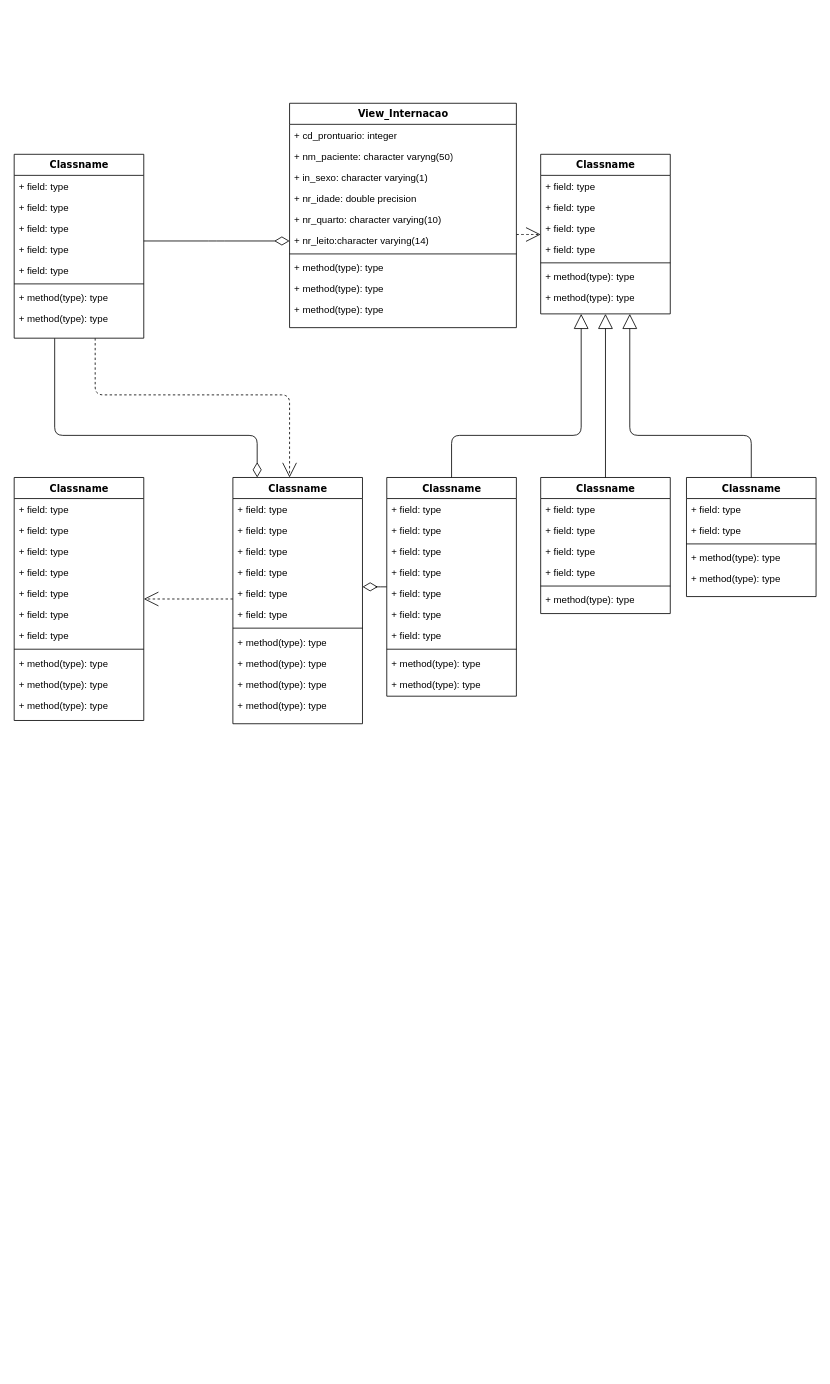
This is Untitled Diagram.drawio from henriqlustosa/Base_Sistema_Isolamento, a draw.io file, before an edit. Source tidied: cells renumbered, new cells numbered last; positions are measured from the earlier drawing's top-left corner, leaving out a move shared by most shapes. Both pictures are drawn from the tidied source at 81%, with x=0, y=0 at pixel (14, 103).
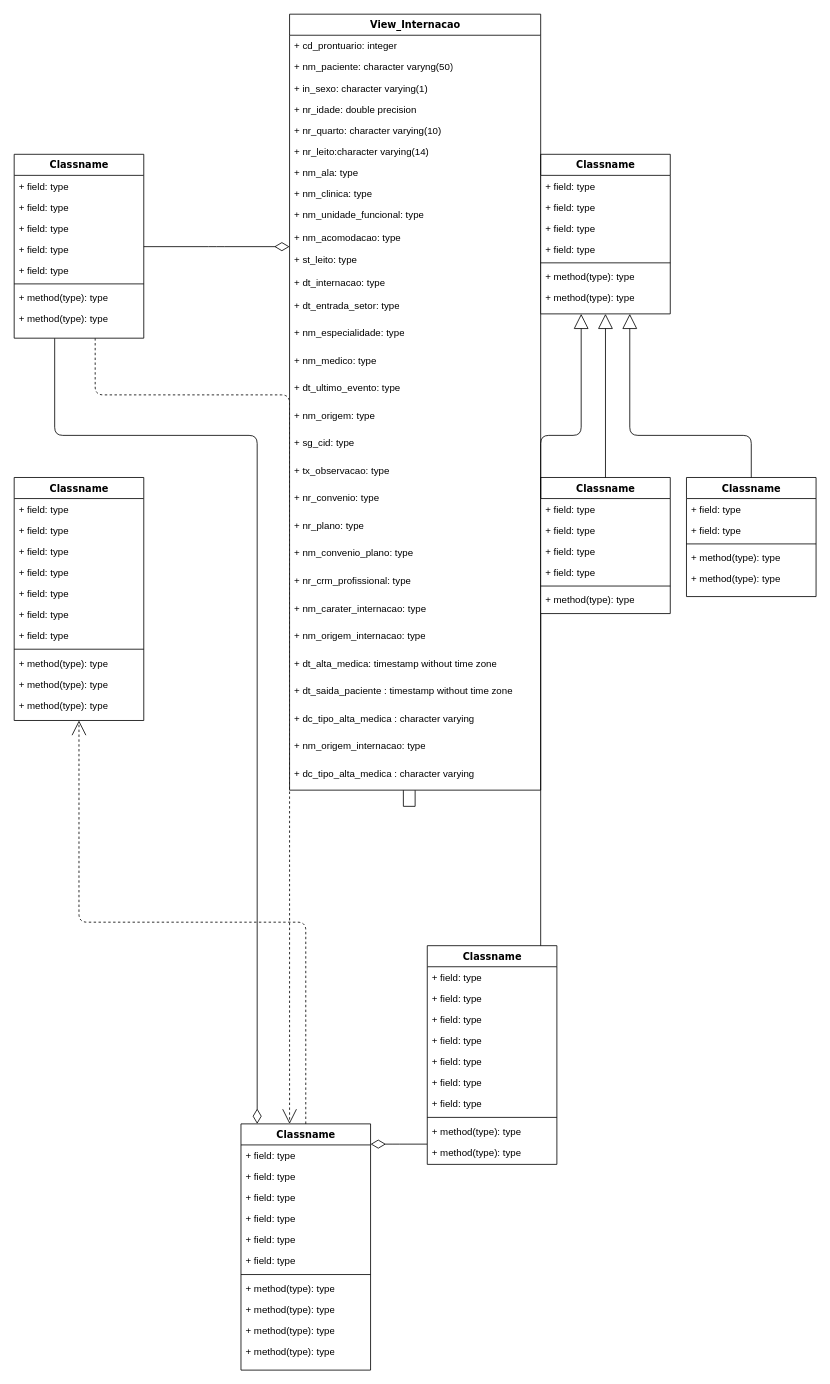
After the change.

The change refers to these unchanged cells:
```xml
<mxCell id="25" value="Classname" style="swimlane;html=1;fontStyle=1;align=center;verticalAlign=top;horizontal=1;startSize=26;swimlaneFillColor=#ffffff;rounded=0;shadow=0;comic=0;labelBackgroundColor=none;strokeWidth=1;fillColor=none;fontFamily=Verdana;fontSize=12;" parent="1" vertex="1">
  <mxGeometry x="650" y="63" width="160" height="197" as="geometry" />
</mxCell>
```

What changed in the source:
```diff
@@
+    <mxCell id="87" style="edgeStyle=orthogonalEdgeStyle;rounded=0;jettySize=auto;html=1;exitX=0.5;exitY=1;exitDx=0;exitDy=0;" parent="1" edge="1" source="14">
+      <mxGeometry relative="1" as="geometry">
+        <mxPoint x="480" y="440" as="targetPoint" />
+      </mxGeometry>
+    </mxCell>
     <mxCell id="14" value="View_Internacao" style="swimlane;html=1;fontStyle=1;align=center;verticalAlign=top;horizontal=1;startSize=26;swimlaneFillColor=#ffffff;rounded=0;shadow=0;comic=0;labelBackgroundColor=none;strokeWidth=1;fillColor=none;fontFamily=Verdana;fontSize=12;" parent="1" vertex="1">
-      <mxGeometry x="340" width="280" height="277" as="geometry" />
+      <mxGeometry x="340" y="-110" width="310" height="958" as="geometry" />
     </mxCell>
     <mxCell id="15" value="+ cd_prontuario: integer" style="text;html=1;strokeColor=none;fillColor=none;align=left;verticalAlign=top;spacingLeft=4;spacingRight=4;whiteSpace=wrap;overflow=hidden;" parent="14" vertex="1">
-      <mxGeometry y="26" width="280" height="26" as="geometry" />
+      <mxGeometry y="26" width="310" height="26" as="geometry" />
     </mxCell>
     <mxCell id="16" value="+ nm_paciente: character varyng(50)" style="text;html=1;strokeColor=none;fillColor=none;align=left;verticalAlign=top;spacingLeft=4;spacingRight=4;whiteSpace=wrap;overflow=hidden;" parent="14" vertex="1">
-      <mxGeometry y="52" width="280" height="26" as="geometry" />
+      <mxGeometry y="52" width="310" height="26" as="geometry" />
     </mxCell>
     <mxCell id="17" value="+ in_sexo: character varying(1)" style="text;html=1;strokeColor=none;fillColor=none;align=left;verticalAlign=top;spacingLeft=4;spacingRight=4;whiteSpace=wrap;overflow=hidden;" parent="14" vertex="1">
-      <mxGeometry y="78" width="280" height="26" as="geometry" />
+      <mxGeometry y="78" width="310" height="26" as="geometry" />
     </mxCell>
     <mxCell id="18" value="+ nr_idade: double precision" style="text;html=1;strokeColor=none;fillColor=none;align=left;verticalAlign=top;spacingLeft=4;spacingRight=4;whiteSpace=wrap;overflow=hidden;" parent="14" vertex="1">
-      <mxGeometry y="104" width="280" height="26" as="geometry" />
+      <mxGeometry y="104" width="310" height="26" as="geometry" />
     </mxCell>
     <mxCell id="19" value="&lt;div&gt;+ nr_quarto: character varying(10)&lt;br&gt;&lt;/div&gt;" style="text;html=1;strokeColor=none;fillColor=none;align=left;verticalAlign=top;spacingLeft=4;spacingRight=4;whiteSpace=wrap;overflow=hidden;" parent="14" vertex="1">
-      <mxGeometry y="130" width="280" height="26" as="geometry" />
+      <mxGeometry y="130" width="310" height="26" as="geometry" />
     </mxCell>
     <mxCell id="20" value="+ nr_leito:character varying(14)" style="text;html=1;strokeColor=none;fillColor=none;align=left;verticalAlign=top;spacingLeft=4;spacingRight=4;whiteSpace=wrap;overflow=hidden;" parent="14" vertex="1">
-      <mxGeometry y="156" width="280" height="26" as="geometry" />
+      <mxGeometry y="156" width="310" height="26" as="geometry" />
     </mxCell>
-    <mxCell id="21" style="line;html=1;strokeWidth=1;fillColor=none;align=left;verticalAlign=middle;spacingTop=-1;spacingLeft=3;spacingRight=3;labelPosition=right;" parent="14" vertex="1">
-      <mxGeometry y="182" width="280" height="8" as="geometry" />
-    </mxCell>
-    <mxCell id="22" value="+ method(type): type" style="text;html=1;strokeColor=none;fillColor=none;align=left;verticalAlign=top;spacingLeft=4;spacingRight=4;whiteSpace=wrap;overflow=hidden;" parent="14" vertex="1">
-      <mxGeometry y="190" width="280" height="26" as="geometry" />
+    <mxCell id="22" value="+ nm_ala: type" style="text;html=1;strokeColor=none;fillColor=none;align=left;verticalAlign=top;spacingLeft=4;spacingRight=4;whiteSpace=wrap;overflow=hidden;" parent="14" vertex="1">
+      <mxGeometry y="182" width="310" height="26" as="geometry" />
     </mxCell>
-    <mxCell id="23" value="+ method(type): type" style="text;html=1;strokeColor=none;fillColor=none;align=left;verticalAlign=top;spacingLeft=4;spacingRight=4;whiteSpace=wrap;overflow=hidden;" parent="14" vertex="1">
-      <mxGeometry y="216" width="280" height="26" as="geometry" />
+    <mxCell id="23" value="+ nm_clinica: type" style="text;html=1;strokeColor=none;fillColor=none;align=left;verticalAlign=top;spacingLeft=4;spacingRight=4;whiteSpace=wrap;overflow=hidden;" parent="14" vertex="1">
+      <mxGeometry y="208" width="310" height="26" as="geometry" />
     </mxCell>
-    <mxCell id="24" value="+ method(type): type" style="text;html=1;strokeColor=none;fillColor=none;align=left;verticalAlign=top;spacingLeft=4;spacingRight=4;whiteSpace=wrap;overflow=hidden;" parent="14" vertex="1">
-      <mxGeometry y="242" width="280" height="28" as="geometry" />
+    <mxCell id="24" value="+ nm_unidade_funcional: type" style="text;html=1;strokeColor=none;fillColor=none;align=left;verticalAlign=top;spacingLeft=4;spacingRight=4;whiteSpace=wrap;overflow=hidden;" parent="14" vertex="1">
+      <mxGeometry y="234" width="310" height="28" as="geometry" />
     </mxCell>
+    <mxCell id="88" value="+ nm_acomodacao: type" style="text;html=1;strokeColor=none;fillColor=none;align=left;verticalAlign=top;spacingLeft=4;spacingRight=4;whiteSpace=wrap;overflow=hidden;" parent="14" vertex="1">
+      <mxGeometry y="262" width="310" height="28" as="geometry" />
+    </mxCell>
+    <mxCell id="89" value="+ st_leito: type" style="text;html=1;strokeColor=none;fillColor=none;align=left;verticalAlign=top;spacingLeft=4;spacingRight=4;whiteSpace=wrap;overflow=hidden;" parent="14" vertex="1">
+      <mxGeometry y="290" width="310" height="28" as="geometry" />
+    </mxCell>
+    <mxCell id="90" value="+ dt_internacao: type" style="text;html=1;strokeColor=none;fillColor=none;align=left;verticalAlign=top;spacingLeft=4;spacingRight=4;whiteSpace=wrap;overflow=hidden;" parent="14" vertex="1">
+      <mxGeometry y="318" width="310" height="28" as="geometry" />
+    </mxCell>
+    <mxCell id="91" value="+ dt_entrada_setor: type" style="text;html=1;strokeColor=none;fillColor=none;align=left;verticalAlign=top;spacingLeft=4;spacingRight=4;whiteSpace=wrap;overflow=hidden;" parent="14" vertex="1">
+      <mxGeometry y="346" width="310" height="34" as="geometry" />
+    </mxCell>
+    <mxCell id="92" value="+ nm_especialidade: type" style="text;html=1;strokeColor=none;fillColor=none;align=left;verticalAlign=top;spacingLeft=4;spacingRight=4;whiteSpace=wrap;overflow=hidden;" parent="14" vertex="1">
+      <mxGeometry y="380" width="310" height="34" as="geometry" />
+    </mxCell>
+    <mxCell id="93" value="+ nm_medico: type" style="text;html=1;strokeColor=none;fillColor=none;align=left;verticalAlign=top;spacingLeft=4;spacingRight=4;whiteSpace=wrap;overflow=hidden;" parent="14" vertex="1">
+      <mxGeometry y="414" width="310" height="34" as="geometry" />
+    </mxCell>
+    <mxCell id="94" value="+ dt_ultimo_evento: type" style="text;html=1;strokeColor=none;fillColor=none;align=left;verticalAlign=top;spacingLeft=4;spacingRight=4;whiteSpace=wrap;overflow=hidden;" parent="14" vertex="1">
+      <mxGeometry y="448" width="310" height="34" as="geometry" />
+    </mxCell>
+    <mxCell id="95" value="+ nm_origem: type" style="text;html=1;strokeColor=none;fillColor=none;align=left;verticalAlign=top;spacingLeft=4;spacingRight=4;whiteSpace=wrap;overflow=hidden;" parent="14" vertex="1">
+      <mxGeometry y="482" width="310" height="34" as="geometry" />
+    </mxCell>
+    <mxCell id="96" value="+ sg_cid: type" style="text;html=1;strokeColor=none;fillColor=none;align=left;verticalAlign=top;spacingLeft=4;spacingRight=4;whiteSpace=wrap;overflow=hidden;" parent="14" vertex="1">
+      <mxGeometry y="516" width="310" height="34" as="geometry" />
+    </mxCell>
+    <mxCell id="97" value="+ tx_observacao: type" style="text;html=1;strokeColor=none;fillColor=none;align=left;verticalAlign=top;spacingLeft=4;spacingRight=4;whiteSpace=wrap;overflow=hidden;" parent="14" vertex="1">
+      <mxGeometry y="550" width="310" height="34" as="geometry" />
+    </mxCell>
+    <mxCell id="98" value="+ nr_convenio: type" style="text;html=1;strokeColor=none;fillColor=none;align=left;verticalAlign=top;spacingLeft=4;spacingRight=4;whiteSpace=wrap;overflow=hidden;" parent="14" vertex="1">
+      <mxGeometry y="584" width="310" height="34" as="geometry" />
+    </mxCell>
+    <mxCell id="99" value="+ nr_plano: type" style="text;html=1;strokeColor=none;fillColor=none;align=left;verticalAlign=top;spacingLeft=4;spacingRight=4;whiteSpace=wrap;overflow=hidden;" parent="14" vertex="1">
+      <mxGeometry y="618" width="310" height="34" as="geometry" />
+    </mxCell>
+    <mxCell id="100" value="+ nm_convenio_plano: type" style="text;html=1;strokeColor=none;fillColor=none;align=left;verticalAlign=top;spacingLeft=4;spacingRight=4;whiteSpace=wrap;overflow=hidden;" parent="14" vertex="1">
+      <mxGeometry y="652" width="310" height="34" as="geometry" />
+    </mxCell>
+    <mxCell id="101" value="+ nr_crm_profissional: type" style="text;html=1;strokeColor=none;fillColor=none;align=left;verticalAlign=top;spacingLeft=4;spacingRight=4;whiteSpace=wrap;overflow=hidden;" parent="14" vertex="1">
+      <mxGeometry y="686" width="310" height="34" as="geometry" />
+    </mxCell>
+    <mxCell id="102" value="+ nm_carater_internacao: type" style="text;html=1;strokeColor=none;fillColor=none;align=left;verticalAlign=top;spacingLeft=4;spacingRight=4;whiteSpace=wrap;overflow=hidden;" parent="14" vertex="1">
+      <mxGeometry y="720" width="310" height="34" as="geometry" />
+    </mxCell>
+    <mxCell id="103" value="+ nm_origem_internacao: type" style="text;html=1;strokeColor=none;fillColor=none;align=left;verticalAlign=top;spacingLeft=4;spacingRight=4;whiteSpace=wrap;overflow=hidden;" parent="14" vertex="1">
+      <mxGeometry y="754" width="310" height="34" as="geometry" />
+    </mxCell>
+    <mxCell id="104" value="+ dt_alta_medica: timestamp without time zone" style="text;html=1;strokeColor=none;fillColor=none;align=left;verticalAlign=top;spacingLeft=4;spacingRight=4;whiteSpace=wrap;overflow=hidden;" parent="14" vertex="1">
+      <mxGeometry y="788" width="310" height="34" as="geometry" />
+    </mxCell>
+    <mxCell id="105" value="+ dt_saida_paciente : timestamp without time zone" style="text;html=1;strokeColor=none;fillColor=none;align=left;verticalAlign=top;spacingLeft=4;spacingRight=4;whiteSpace=wrap;overflow=hidden;" parent="14" vertex="1">
+      <mxGeometry y="822" width="310" height="34" as="geometry" />
+    </mxCell>
+    <mxCell id="106" value="+ dc_tipo_alta_medica : character varying" style="text;html=1;strokeColor=none;fillColor=none;align=left;verticalAlign=top;spacingLeft=4;spacingRight=4;whiteSpace=wrap;overflow=hidden;" parent="14" vertex="1">
+      <mxGeometry y="856" width="310" height="34" as="geometry" />
+    </mxCell>
+    <mxCell id="107" value="+ nm_origem_internacao: type" style="text;html=1;strokeColor=none;fillColor=none;align=left;verticalAlign=top;spacingLeft=4;spacingRight=4;whiteSpace=wrap;overflow=hidden;" parent="14" vertex="1">
+      <mxGeometry y="890" width="310" height="34" as="geometry" />
+    </mxCell>
+    <mxCell id="108" value="+ dc_tipo_alta_medica : character varying" style="text;html=1;strokeColor=none;fillColor=none;align=left;verticalAlign=top;spacingLeft=4;spacingRight=4;whiteSpace=wrap;overflow=hidden;" parent="14" vertex="1">
+      <mxGeometry y="924" width="310" height="34" as="geometry" />
+    </mxCell>
@@
     <mxCell id="47" value="Classname" style="swimlane;html=1;fontStyle=1;align=center;verticalAlign=top;horizontal=1;startSize=26;swimlaneFillColor=#ffffff;rounded=0;shadow=0;comic=0;labelBackgroundColor=none;strokeWidth=1;fillColor=none;fontFamily=Verdana;fontSize=12;" parent="1" vertex="1">
-      <mxGeometry x="270" y="462" width="160" height="304" as="geometry" />
+      <mxGeometry x="280" y="1260" width="160" height="304" as="geometry" />
     </mxCell>
@@
     <mxCell id="59" style="edgeStyle=orthogonalEdgeStyle;html=1;labelBackgroundColor=none;startFill=0;startSize=8;endArrow=block;endFill=0;endSize=16;fontFamily=Verdana;fontSize=12;" parent="1" edge="1" source="60" target="25">
       <mxGeometry relative="1" as="geometry">
         <Array as="points">
-          <mxPoint x="540" y="410" />
+          <mxPoint x="650" y="410" />
           <mxPoint x="700" y="410" />
         </Array>
       </mxGeometry>
     </mxCell>
     <mxCell id="60" value="Classname" style="swimlane;html=1;fontStyle=1;align=center;verticalAlign=top;horizontal=1;startSize=26;swimlaneFillColor=#ffffff;rounded=0;shadow=0;comic=0;labelBackgroundColor=none;strokeWidth=1;fillColor=none;fontFamily=Verdana;fontSize=12;" parent="1" vertex="1">
-      <mxGeometry x="460" y="462" width="160" height="270" as="geometry" />
+      <mxGeometry x="510" y="1040" width="160" height="270" as="geometry" />
     </mxCell>
```
